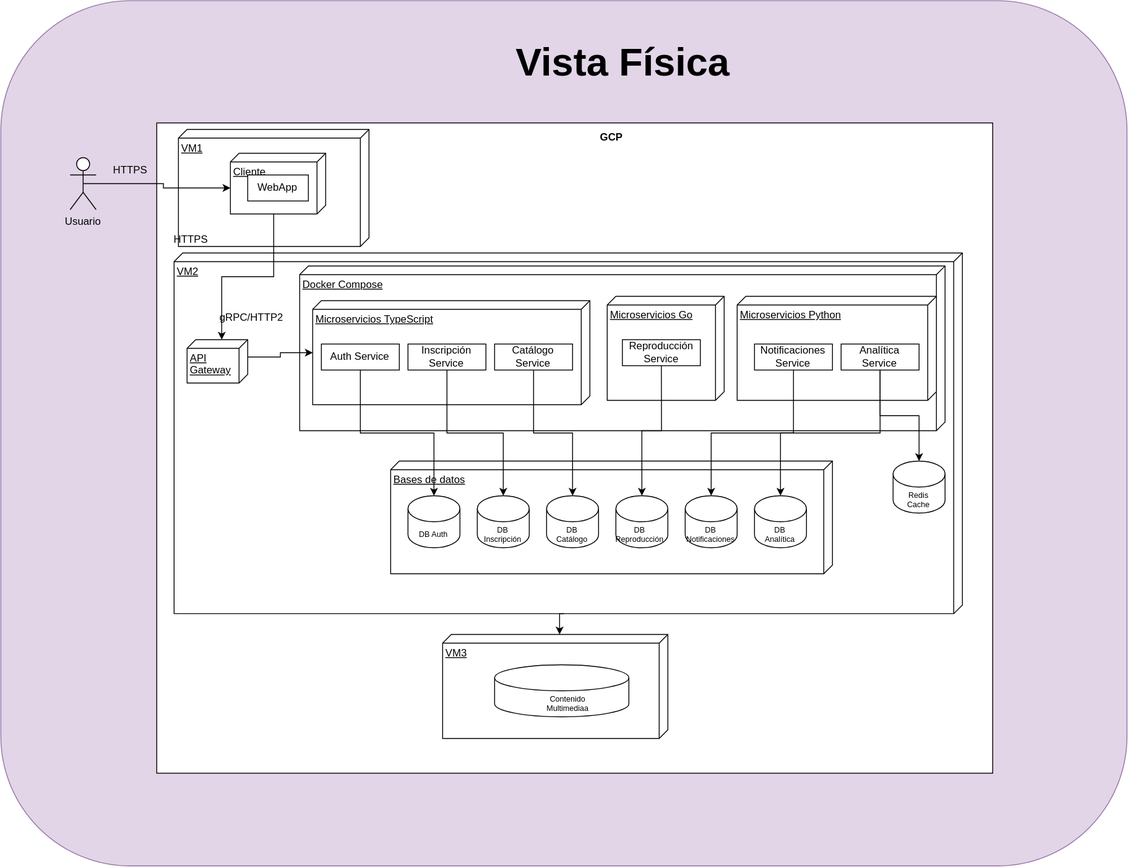
This is Documentacion/Vistas4+1/VistaComponentes_DiagramaDespliegue_202307691.drawio.svg from thanya-gate/SA_PROYECTO_202307691, a draw.io export, as it was before one commit. Source tidied: cells renumbered, new cells last; positions are measured from the earlier drawing's top-left corner, leaving out a move shared by most shapes.
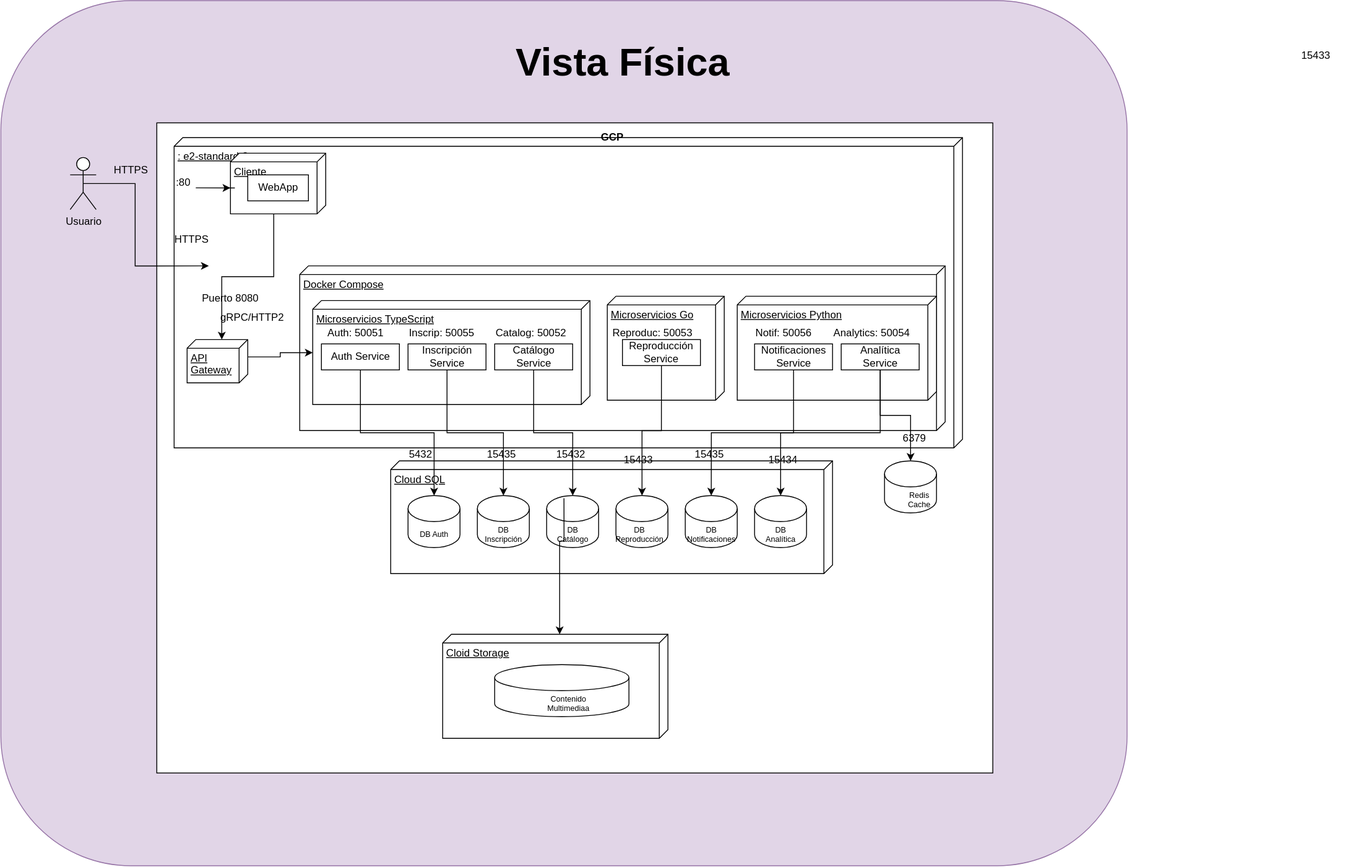
Above is the later version.

Commit message:
feat: deploy implementado y proyecto

Change to the diagram source:
```diff
@@ -8,15 +8,12 @@
     <mxCell id="3" style="rounded=0;whiteSpace=wrap;html=1;" parent="1" vertex="1">
       <mxGeometry x="180" y="141" width="965" height="750" as="geometry" />
     </mxCell>
-    <mxCell id="4" value="VM2" style="verticalAlign=top;align=left;spacingTop=8;spacingLeft=2;spacingRight=12;shape=cube;size=10;direction=south;fontStyle=4;html=1;whiteSpace=wrap;" parent="1" vertex="1">
-      <mxGeometry x="200" y="291" width="910" height="416" as="geometry" />
+    <mxCell id="4" value=":&amp;nbsp;e2-standard-2" style="verticalAlign=top;align=left;spacingTop=8;spacingLeft=2;spacingRight=12;shape=cube;size=10;direction=south;fontStyle=4;html=1;whiteSpace=wrap;" parent="1" vertex="1">
+      <mxGeometry x="200" y="158" width="910" height="358" as="geometry" />
     </mxCell>
     <mxCell id="5" value="Docker Compose" style="verticalAlign=top;align=left;spacingTop=8;spacingLeft=2;spacingRight=12;shape=cube;size=10;direction=south;fontStyle=4;html=1;whiteSpace=wrap;" parent="1" vertex="1">
       <mxGeometry x="345" y="306" width="745" height="190" as="geometry" />
     </mxCell>
-    <mxCell id="6" value="VM1" style="verticalAlign=top;align=left;spacingTop=8;spacingLeft=2;spacingRight=12;shape=cube;size=10;direction=south;fontStyle=4;html=1;whiteSpace=wrap;" parent="1" vertex="1">
-      <mxGeometry x="205" y="148.5" width="220" height="135" as="geometry" />
-    </mxCell>
     <mxCell id="7" value="Usuario" style="shape=umlActor;verticalLabelPosition=bottom;verticalAlign=top;html=1;" parent="1" vertex="1">
       <mxGeometry x="80" y="181" width="30" height="60" as="geometry" />
     </mxCell>
@@ -26,7 +23,7 @@
     <mxCell id="9" value="WebApp" style="html=1;whiteSpace=wrap;" parent="1" vertex="1">
       <mxGeometry x="285" y="201" width="70" height="30" as="geometry" />
     </mxCell>
-    <mxCell id="10" style="edgeStyle=orthogonalEdgeStyle;rounded=0;jettySize=auto;html=1;exitX=0.5;exitY=0.5;exitDx=0;exitDy=0;exitPerimeter=0;entryX=0;entryY=0;entryDx=40;entryDy=110;entryPerimeter=0;" parent="1" edge="1" source="7" target="8">
+    <mxCell id="10" style="edgeStyle=orthogonalEdgeStyle;rounded=0;jettySize=auto;html=1;exitX=0.5;exitY=0.5;exitDx=0;exitDy=0;exitPerimeter=0;entryX=0;entryY=0;entryDx=40;entryDy=110;entryPerimeter=0;" parent="1" edge="1" source="70" target="8">
       <mxGeometry relative="1" as="geometry" />
     </mxCell>
     <mxCell id="11" value="HTTPS" style="text;html=1;whiteSpace=wrap;strokeColor=none;fillColor=none;align=center;verticalAlign=middle;rounded=0;" parent="1" vertex="1">
@@ -78,12 +75,12 @@
       <mxGeometry x="870" y="396" width="90" height="30" as="geometry" />
     </mxCell>
     <mxCell id="27" style="shape=cylinder3;whiteSpace=wrap;html=1;boundedLbl=1;backgroundOutline=1;size=15;direction=east;" parent="1" vertex="1">
-      <mxGeometry x="1030" y="531" width="60" height="60" as="geometry" />
+      <mxGeometry x="1020" y="531" width="60" height="60" as="geometry" />
     </mxCell>
     <mxCell id="28" value="Redis Cache" style="text;html=1;whiteSpace=wrap;strokeColor=none;fillColor=none;align=center;verticalAlign=middle;rounded=0;fontSize=9;" parent="1" vertex="1">
       <mxGeometry x="1040" y="561" width="40" height="30" as="geometry" />
     </mxCell>
-    <mxCell id="29" value="Bases de datos" style="verticalAlign=top;align=left;spacingTop=8;spacingLeft=2;spacingRight=12;shape=cube;size=10;direction=south;fontStyle=4;html=1;whiteSpace=wrap;" parent="1" vertex="1">
+    <mxCell id="29" value="Cloud SQL" style="verticalAlign=top;align=left;spacingTop=8;spacingLeft=2;spacingRight=12;shape=cube;size=10;direction=south;fontStyle=4;html=1;whiteSpace=wrap;" parent="1" vertex="1">
       <mxGeometry x="450" y="531" width="510" height="130" as="geometry" />
     </mxCell>
     <mxCell id="30" style="shape=cylinder3;whiteSpace=wrap;html=1;boundedLbl=1;backgroundOutline=1;size=15;direction=east;" parent="1" vertex="1">
@@ -146,7 +143,7 @@
     <mxCell id="49" value="Vista Física" style="text;align=center;fontStyle=1;verticalAlign=middle;spacingLeft=3;spacingRight=3;strokeColor=none;html=1;fontSize=45;" parent="1" vertex="1">
       <mxGeometry x="677.5" y="58" width="80" height="26" as="geometry" />
     </mxCell>
-    <mxCell id="50" value="VM3" style="verticalAlign=top;align=left;spacingTop=8;spacingLeft=2;spacingRight=12;shape=cube;size=10;direction=south;fontStyle=4;html=1;whiteSpace=wrap;" parent="1" vertex="1">
+    <mxCell id="50" value="Cloid Storage" style="verticalAlign=top;align=left;spacingTop=8;spacingLeft=2;spacingRight=12;shape=cube;size=10;direction=south;fontStyle=4;html=1;whiteSpace=wrap;" parent="1" vertex="1">
       <mxGeometry x="510" y="731" width="260" height="120" as="geometry" />
     </mxCell>
     <mxCell id="51" style="edgeStyle=orthogonalEdgeStyle;rounded=0;jettySize=auto;html=1;exitX=0;exitY=0;exitDx=416;exitDy=460;exitPerimeter=0;entryX=0;entryY=0;entryDx=0;entryDy=125;entryPerimeter=0;" parent="1" edge="1" source="4" target="50">
@@ -158,5 +155,56 @@
     <mxCell id="53" value="Contenido Multimediaa" style="text;html=1;whiteSpace=wrap;strokeColor=none;fillColor=none;align=center;verticalAlign=middle;rounded=0;fontSize=9;" parent="1" vertex="1">
       <mxGeometry x="635" y="796" width="40" height="30" as="geometry" />
     </mxCell>
+    <mxCell id="54" value="Puerto 8080" style="text;whiteSpace=wrap;" parent="1" vertex="1">
+      <mxGeometry x="230" y="330" width="100" height="40" as="geometry" />
+    </mxCell>
+    <mxCell id="55" value="Auth:     50051" style="text;whiteSpace=wrap;" parent="1" vertex="1">
+      <mxGeometry x="375" y="370" width="100" height="40" as="geometry" />
+    </mxCell>
+    <mxCell id="56" value="Catalog:  50052" style="text;whiteSpace=wrap;" parent="1" vertex="1">
+      <mxGeometry x="570" y="370" width="110" height="40" as="geometry" />
+    </mxCell>
+    <mxCell id="57" value="Reproduc: 50053" style="text;whiteSpace=wrap;" parent="1" vertex="1">
+      <mxGeometry x="705" y="370" width="130" height="40" as="geometry" />
+    </mxCell>
+    <mxCell id="58" value="Analytics: 50054" style="text;whiteSpace=wrap;" parent="1" vertex="1">
+      <mxGeometry x="960" y="370" width="120" height="40" as="geometry" />
+    </mxCell>
+    <mxCell id="59" value="Inscrip:  50055" style="text;whiteSpace=wrap;" parent="1" vertex="1">
+      <mxGeometry x="470" y="370" width="110" height="40" as="geometry" />
+    </mxCell>
+    <mxCell id="60" value="Notif:    50056" style="text;whiteSpace=wrap;" parent="1" vertex="1">
+      <mxGeometry x="870" y="370" width="100" height="40" as="geometry" />
+    </mxCell>
+    <mxCell id="61" value="5432" style="text;whiteSpace=wrap;" parent="1" vertex="1">
+      <mxGeometry x="470" y="510" width="50" height="40" as="geometry" />
+    </mxCell>
+    <mxCell id="62" value="15432" style="text;whiteSpace=wrap;" parent="1" vertex="1">
+      <mxGeometry x="640" y="510" width="70" height="40" as="geometry" />
+    </mxCell>
+    <mxCell id="63" value="15433" style="text;whiteSpace=wrap;" parent="1" vertex="1">
+      <mxGeometry x="1500" y="50" width="70" height="40" as="geometry" />
+    </mxCell>
+    <mxCell id="64" value="15435 " style="text;whiteSpace=wrap;" parent="1" vertex="1">
+      <mxGeometry x="800" y="510" width="70" height="40" as="geometry" />
+    </mxCell>
+    <mxCell id="65" value="15435" style="text;whiteSpace=wrap;" parent="1" vertex="1">
+      <mxGeometry x="560" y="510" width="70" height="40" as="geometry" />
+    </mxCell>
+    <mxCell id="66" value="15433" style="text;whiteSpace=wrap;" parent="1" vertex="1">
+      <mxGeometry x="717.5" y="516" width="70" height="40" as="geometry" />
+    </mxCell>
+    <mxCell id="67" value="15434" style="text;whiteSpace=wrap;" parent="1" vertex="1">
+      <mxGeometry x="885" y="516" width="70" height="40" as="geometry" />
+    </mxCell>
+    <mxCell id="68" value="6379" style="text;whiteSpace=wrap;" parent="1" vertex="1">
+      <mxGeometry x="1040" y="491" width="60" height="40" as="geometry" />
+    </mxCell>
+    <mxCell id="69" style="edgeStyle=orthogonalEdgeStyle;rounded=0;jettySize=auto;html=1;exitX=0.5;exitY=0.5;exitDx=0;exitDy=0;exitPerimeter=0;entryX=0;entryY=0;entryDx=40;entryDy=110;entryPerimeter=0;" parent="1" edge="1" source="7" target="70">
+      <mxGeometry relative="1" as="geometry" />
+    </mxCell>
+    <mxCell id="70" value=":80" style="text;whiteSpace=wrap;" parent="1" vertex="1">
+      <mxGeometry x="200" y="196" width="50" height="40" as="geometry" />
+    </mxCell>
   </root>
 </mxGraphModel>
```
